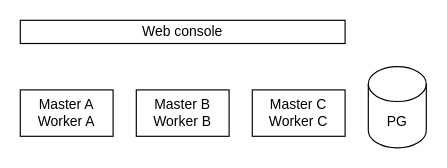
Above: page "Scheduler和Worker集成" (2 of 2) of document/fusion-data/figures/scheduler.drawio in fusion-data/fusion-data (draw.io), before the change. Source tidied: cells renumbered, new cells numbered last; positions are measured from the earlier drawing's top-left corner, leaving out a move shared by most shapes. Both pictures are drawn from the tidied source at 116%, with x=0, y=0 at pixel (20, 20).
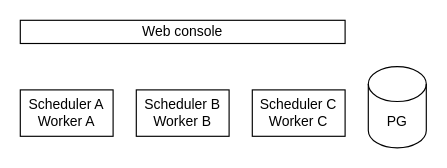
After the change.

Change to the diagram source:
```diff
@@
 <mxGraphModel>
   <root>
     <mxCell id="0" />
     <mxCell id="1" parent="0" />
-    <mxCell id="2" value="Master A&lt;div&gt;Worker A&lt;/div&gt;" style="rounded=0;whiteSpace=wrap;html=1;" parent="1" vertex="1">
+    <mxCell id="2" value="&lt;div&gt;Scheduler A&lt;/div&gt;&lt;div&gt;Worker A&lt;/div&gt;" style="rounded=0;whiteSpace=wrap;html=1;" parent="1" vertex="1">
       <mxGeometry y="60" width="80" height="40" as="geometry" />
     </mxCell>
-    <mxCell id="3" value="Master&amp;nbsp;&lt;span style=&quot;background-color: initial;&quot;&gt;B&lt;/span&gt;&lt;div&gt;&lt;div&gt;Worker B&lt;/div&gt;&lt;/div&gt;" style="rounded=0;whiteSpace=wrap;html=1;" parent="1" vertex="1">
+    <mxCell id="3" value="Scheduler&amp;nbsp;&lt;span style=&quot;background-color: initial;&quot;&gt;B&lt;/span&gt;&lt;div&gt;&lt;div&gt;Worker B&lt;/div&gt;&lt;/div&gt;" style="rounded=0;whiteSpace=wrap;html=1;" parent="1" vertex="1">
       <mxGeometry x="100" y="60" width="80" height="40" as="geometry" />
     </mxCell>
-    <mxCell id="4" value="Master C&lt;div&gt;Worker C&lt;/div&gt;" style="rounded=0;whiteSpace=wrap;html=1;" parent="1" vertex="1">
+    <mxCell id="4" value="Scheduler&amp;nbsp;C&lt;div&gt;Worker C&lt;/div&gt;" style="rounded=0;whiteSpace=wrap;html=1;" parent="1" vertex="1">
       <mxGeometry x="200" y="60" width="80" height="40" as="geometry" />
     </mxCell>
     <mxCell id="5" value="PG" style="shape=cylinder3;whiteSpace=wrap;html=1;boundedLbl=1;backgroundOutline=1;size=15;" parent="1" vertex="1">
       <mxGeometry x="300" y="40" width="50" height="70" as="geometry" />
     </mxCell>
     <mxCell id="6" value="Web console" style="rounded=0;whiteSpace=wrap;html=1;" parent="1" vertex="1">
       <mxGeometry width="280" height="20" as="geometry" />
     </mxCell>
   </root>
 </mxGraphModel>
```
